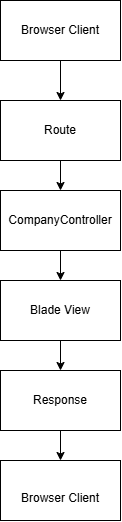
This is documentation/Diagram.png from Benjamin-2804/week03-company-profile, a draw.io export, as it was before one commit. Source tidied: cells renumbered, new cells last; positions are measured from the earlier drawing's top-left corner, leaving out a move shared by most shapes. Source of this version:
```xml
<mxGraphModel>
  <root>
    <mxCell id="0" />
    <mxCell id="1" parent="0" />
    <mxCell id="2" style="edgeStyle=orthogonalEdgeStyle;rounded=0;jettySize=auto;html=1;" parent="1" edge="1" source="3" target="5">
      <mxGeometry relative="1" as="geometry" />
    </mxCell>
    <mxCell id="3" value="Browser Client" style="rounded=0;whiteSpace=wrap;html=1;" parent="1" vertex="1">
      <mxGeometry width="120" height="60" as="geometry" />
    </mxCell>
    <mxCell id="4" style="edgeStyle=orthogonalEdgeStyle;rounded=0;jettySize=auto;html=1;" parent="1" edge="1" source="5" target="7">
      <mxGeometry relative="1" as="geometry" />
    </mxCell>
    <mxCell id="5" value="Route" style="rounded=0;whiteSpace=wrap;html=1;" parent="1" vertex="1">
      <mxGeometry y="100" width="120" height="60" as="geometry" />
    </mxCell>
    <mxCell id="6" style="edgeStyle=orthogonalEdgeStyle;rounded=0;jettySize=auto;html=1;" parent="1" edge="1" source="7" target="9">
      <mxGeometry relative="1" as="geometry" />
    </mxCell>
    <mxCell id="7" value="CompanyController" style="rounded=0;whiteSpace=wrap;html=1;" parent="1" vertex="1">
      <mxGeometry y="190" width="120" height="60" as="geometry" />
    </mxCell>
    <mxCell id="8" style="edgeStyle=orthogonalEdgeStyle;rounded=0;jettySize=auto;html=1;entryX=0.5;entryY=0;entryDx=0;entryDy=0;" parent="1" edge="1" source="9" target="11">
      <mxGeometry relative="1" as="geometry" />
    </mxCell>
    <mxCell id="9" value="Blade View" style="rounded=0;whiteSpace=wrap;html=1;" parent="1" vertex="1">
      <mxGeometry y="280" width="120" height="60" as="geometry" />
    </mxCell>
    <mxCell id="10" style="edgeStyle=orthogonalEdgeStyle;rounded=0;jettySize=auto;html=1;" parent="1" edge="1" source="11" target="12">
      <mxGeometry relative="1" as="geometry" />
    </mxCell>
    <mxCell id="11" value="Response" style="rounded=0;whiteSpace=wrap;html=1;" parent="1" vertex="1">
      <mxGeometry y="370" width="120" height="60" as="geometry" />
    </mxCell>
    <mxCell id="12" value="&lt;br/&gt;Browser Client" style="rounded=0;whiteSpace=wrap;html=1;" parent="1" vertex="1">
      <mxGeometry y="460" width="120" height="60" as="geometry" />
    </mxCell>
  </root>
</mxGraphModel>
```
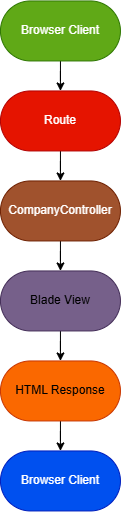
After the change.

Commit message:
update documentation diagram and add image asset

Diff of the diagram source:
```diff
@@ -2,38 +2,38 @@
   <root>
     <mxCell id="0" />
     <mxCell id="1" parent="0" />
-    <mxCell id="2" style="edgeStyle=orthogonalEdgeStyle;rounded=0;jettySize=auto;html=1;" parent="1" edge="1" source="3" target="5">
-      <mxGeometry relative="1" as="geometry" />
-    </mxCell>
-    <mxCell id="3" value="Browser Client" style="rounded=0;whiteSpace=wrap;html=1;" parent="1" vertex="1">
-      <mxGeometry width="120" height="60" as="geometry" />
-    </mxCell>
+    <mxCell id="13" style="edgeStyle=orthogonalEdgeStyle;rounded=0;jettySize=auto;html=1;" parent="1" edge="1" source="14" target="5">
+      <mxGeometry relative="1" as="geometry" />
+    </mxCell>
+    <mxCell id="14" value="Browser Client" style="rounded=1;whiteSpace=wrap;html=1;fillColor=#60a917;fontColor=#ffffff;strokeColor=#2D7600;arcSize=50;" parent="1" vertex="1">
+      <mxGeometry y="10" width="120" height="60" as="geometry" />
+    </mxCell>
     <mxCell id="4" style="edgeStyle=orthogonalEdgeStyle;rounded=0;jettySize=auto;html=1;" parent="1" edge="1" source="5" target="7">
       <mxGeometry relative="1" as="geometry" />
     </mxCell>
-    <mxCell id="5" value="Route" style="rounded=0;whiteSpace=wrap;html=1;" parent="1" vertex="1">
+    <mxCell id="5" value="&lt;br&gt;&lt;div&gt;Route&lt;br&gt;&lt;br&gt;&lt;/div&gt;" style="rounded=1;whiteSpace=wrap;html=1;fillColor=#e51400;strokeColor=#B20000;arcSize=50;fontColor=#ffffff;" parent="1" vertex="1">
       <mxGeometry y="100" width="120" height="60" as="geometry" />
     </mxCell>
     <mxCell id="6" style="edgeStyle=orthogonalEdgeStyle;rounded=0;jettySize=auto;html=1;" parent="1" edge="1" source="7" target="9">
       <mxGeometry relative="1" as="geometry" />
     </mxCell>
-    <mxCell id="7" value="CompanyController" style="rounded=0;whiteSpace=wrap;html=1;" parent="1" vertex="1">
+    <mxCell id="7" value="CompanyController" style="rounded=1;whiteSpace=wrap;html=1;fillColor=#a0522d;fontColor=#ffffff;strokeColor=#6D1F00;arcSize=50;" parent="1" vertex="1">
       <mxGeometry y="190" width="120" height="60" as="geometry" />
     </mxCell>
-    <mxCell id="8" style="edgeStyle=orthogonalEdgeStyle;rounded=0;jettySize=auto;html=1;entryX=0.5;entryY=0;entryDx=0;entryDy=0;" parent="1" edge="1" source="9" target="11">
-      <mxGeometry relative="1" as="geometry" />
-    </mxCell>
+    <mxCell id="15" style="edgeStyle=orthogonalEdgeStyle;rounded=0;jettySize=auto;html=1;" parent="1" edge="1" source="9" target="17">
+      <mxGeometry relative="1" as="geometry" />
+    </mxCell>
-    <mxCell id="9" value="Blade View" style="rounded=0;whiteSpace=wrap;html=1;" parent="1" vertex="1">
+    <mxCell id="9" value="&lt;span style=&quot;color: light-dark(rgb(0, 0, 0), rgb(0, 0, 0));&quot;&gt;Blade View&lt;/span&gt;" style="rounded=1;whiteSpace=wrap;html=1;arcSize=50;fillColor=#76608a;strokeColor=#432D57;fontColor=#ffffff;" parent="1" vertex="1">
       <mxGeometry y="280" width="120" height="60" as="geometry" />
     </mxCell>
-    <mxCell id="10" style="edgeStyle=orthogonalEdgeStyle;rounded=0;jettySize=auto;html=1;" parent="1" edge="1" source="11" target="12">
-      <mxGeometry relative="1" as="geometry" />
-    </mxCell>
-    <mxCell id="11" value="Response" style="rounded=0;whiteSpace=wrap;html=1;" parent="1" vertex="1">
-      <mxGeometry y="370" width="120" height="60" as="geometry" />
-    </mxCell>
-    <mxCell id="12" value="&lt;br/&gt;Browser Client" style="rounded=0;whiteSpace=wrap;html=1;" parent="1" vertex="1">
-      <mxGeometry y="460" width="120" height="60" as="geometry" />
-    </mxCell>
+    <mxCell id="16" style="edgeStyle=orthogonalEdgeStyle;rounded=0;jettySize=auto;html=1;" parent="1" edge="1" source="17" target="18">
+      <mxGeometry relative="1" as="geometry" />
+    </mxCell>
+    <mxCell id="17" value="&lt;span style=&quot;color: light-dark(rgb(0, 0, 0), rgb(0, 0, 0));&quot;&gt;HTML Response&lt;/span&gt;" style="rounded=1;whiteSpace=wrap;html=1;fillColor=#fa6800;strokeColor=#C73500;arcSize=50;fontColor=#000000;" parent="1" vertex="1">
+      <mxGeometry y="370" width="120" height="60" as="geometry" />
+    </mxCell>
+    <mxCell id="18" value="Browser Client" style="rounded=1;whiteSpace=wrap;html=1;fillColor=#0050ef;fontColor=#ffffff;strokeColor=#001DBC;arcSize=50;" parent="1" vertex="1">
+      <mxGeometry y="460" width="120" height="60" as="geometry" />
+    </mxCell>
   </root>
 </mxGraphModel>
```
